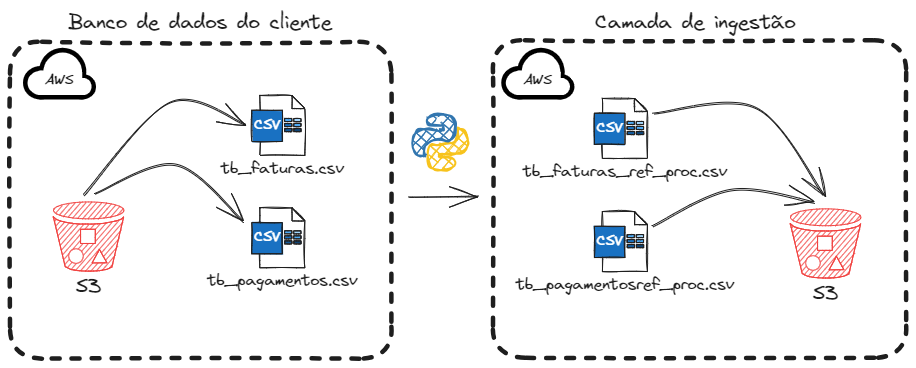
This is docs/project_intro.excalidraw.png from odanilomachado/data_extraction_load_s3, a Excalidraw export, as it was before one commit. Source tidied: one line per element, renumbered; positions are measured from the earlier drawing's top-left corner, leaving out a move shared by most shapes.
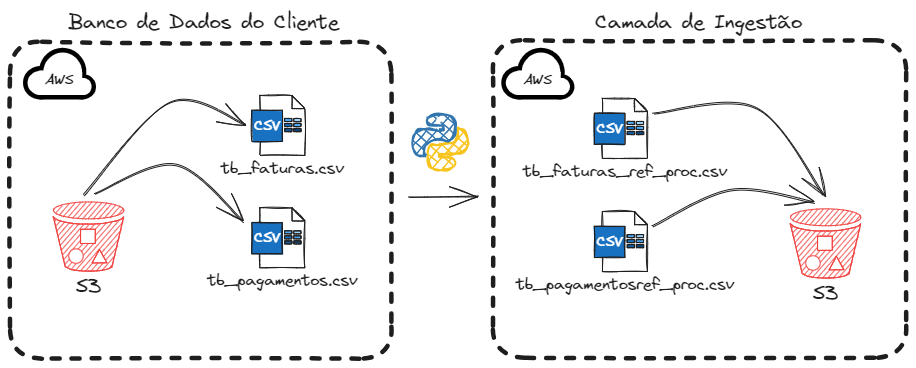
The same diagram one commit later.

What changed in the source:
```diff
@@ -9,7 +9,7 @@
 {"id": 8, "type": "rectangle", "strokeColor": "#ffffff", "backgroundColor": "#ffffff", "fillStyle": "solid", "strokeWidth": 2, "roughness": 0, "x": 29, "y": 69, "width": 45, "height": 15}
 {"id": 9, "type": "rectangle", "strokeColor": "#ffffff", "backgroundColor": "#ffffff", "fillStyle": "solid", "strokeWidth": 4, "roughness": 0, "x": 30, "y": 63, "width": 40, "height": 14}
 {"id": 10, "type": "text", "text": "AWS", "strokeColor": "#1e1e1e", "backgroundColor": "#ffffff", "fillStyle": "solid", "strokeWidth": 4, "roughness": 0, "fontSize": 14.26, "fontFamily": 1, "textAlign": "center", "x": 35, "y": 62, "width": 29, "height": 18}
-{"id": 11, "type": "text", "text": "Banco de dados do cliente", "strokeColor": "#1e1e1e", "strokeWidth": 4, "strokeStyle": "dashed", "roughness": 1, "fontSize": 20, "fontFamily": 1, "x": 58, "y": 0, "width": 263, "height": 25}
+{"id": 11, "type": "text", "text": "Banco de Dados do Cliente", "strokeColor": "#1e1e1e", "strokeWidth": 4, "strokeStyle": "dashed", "roughness": 1, "fontSize": 20, "fontFamily": 1, "x": 58, "y": 0, "width": 270, "height": 25}
 {"id": 12, "type": "ellipse", "strokeColor": "#f1413f", "backgroundColor": "#f1413f", "fillStyle": "hachure", "strokeWidth": 1, "roughness": 0, "x": 781, "y": 199, "width": 70, "height": 17}
 {"id": 13, "type": "line", "strokeColor": "#f1413f", "backgroundColor": "#f1413f", "fillStyle": "hachure", "strokeWidth": 1, "roughness": 0, "x": 780, "y": 214, "width": 70, "height": 54, "points": [[0, 0], [12, 50], [17, 53], [23, 54], [30, 54], [35, 54], [40, 54], [46, 54], [54, 53], [59, 50], [70, 0], [68, 2], [65, 3], [61, 5], [55, 6], [49, 7], [44, 7], [38, 7], [32, 7], [26, 7], [20, 7], [14, 6], [7, 4], [3, 3], [0, 0]]}
 {"id": 14, "type": "rectangle", "strokeColor": "#f1413f", "backgroundColor": "#ffffff", "fillStyle": "solid", "strokeWidth": 1, "roughness": 0, "x": 808, "y": 226, "width": 15, "height": 14}
@@ -69,7 +69,7 @@
 {"id": 68, "type": "rectangle", "strokeColor": "#1e1e1e", "backgroundColor": "#1971c2", "fillStyle": "solid", "strokeWidth": 1, "roughness": 1, "x": 584, "y": 216, "width": 31, "height": 31}
 {"id": 69, "type": "text", "text": "CSV", "strokeColor": "#ffffff", "backgroundColor": "#107c42", "fillStyle": "solid", "strokeWidth": 1, "roughness": 1, "fontSize": 14.43, "fontFamily": 1, "x": 587, "y": 223, "width": 26, "height": 18}
 {"id": 70, "type": "text", "text": "tb_pagamentosref_proc.csv", "strokeColor": "#1e1e1e", "backgroundColor": "#1595d5", "fillStyle": "solid", "strokeWidth": 1, "roughness": 1, "fontSize": 16, "fontFamily": 1, "textAlign": "center", "x": 506, "y": 265, "width": 218, "height": 20}
-{"id": 71, "type": "text", "text": "Camada de ingestão", "strokeColor": "#1e1e1e", "strokeWidth": 4, "strokeStyle": "dashed", "roughness": 1, "fontSize": 20, "fontFamily": 1, "x": 585, "y": 0, "width": 201, "height": 25}
+{"id": 71, "type": "text", "text": "Camada de Ingestão", "strokeColor": "#1e1e1e", "strokeWidth": 4, "strokeStyle": "dashed", "roughness": 1, "fontSize": 20, "fontFamily": 1, "x": 585, "y": 0, "width": 207, "height": 25}
 {"id": 72, "type": "ellipse", "strokeColor": "#000000", "backgroundColor": "#000000", "fillStyle": "solid", "strokeWidth": 2, "roughness": 0, "round": true, "x": 492, "y": 57, "width": 33, "height": 32}
 {"id": 73, "type": "ellipse", "strokeColor": "#000000", "backgroundColor": "#000000", "fillStyle": "solid", "strokeWidth": 2, "roughness": 0, "round": true, "x": 508, "y": 39, "width": 46, "height": 46}
 {"id": 74, "type": "ellipse", "strokeColor": "#000000", "backgroundColor": "#000000", "fillStyle": "solid", "strokeWidth": 2, "roughness": 0, "round": true, "x": 537, "y": 65, "width": 26, "height": 24}
```
